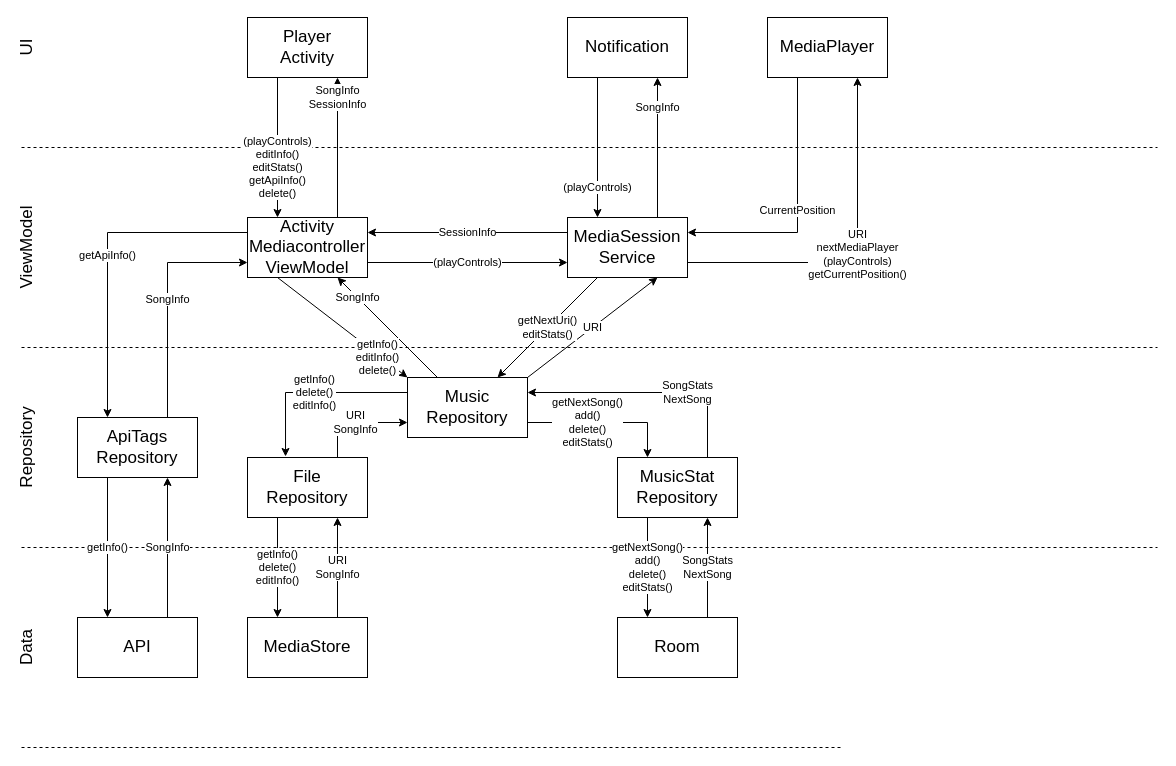
Earlier version of the draw.io diagram Scheme.drawio (ramanhmr/AudioPlayer). Source tidied: cells renumbered, new cells numbered last; positions are measured from the earlier drawing's top-left corner, leaving out a move shared by most shapes. Both pictures are drawn from the tidied source at 100%, with x=0, y=0 at pixel (7, 17).
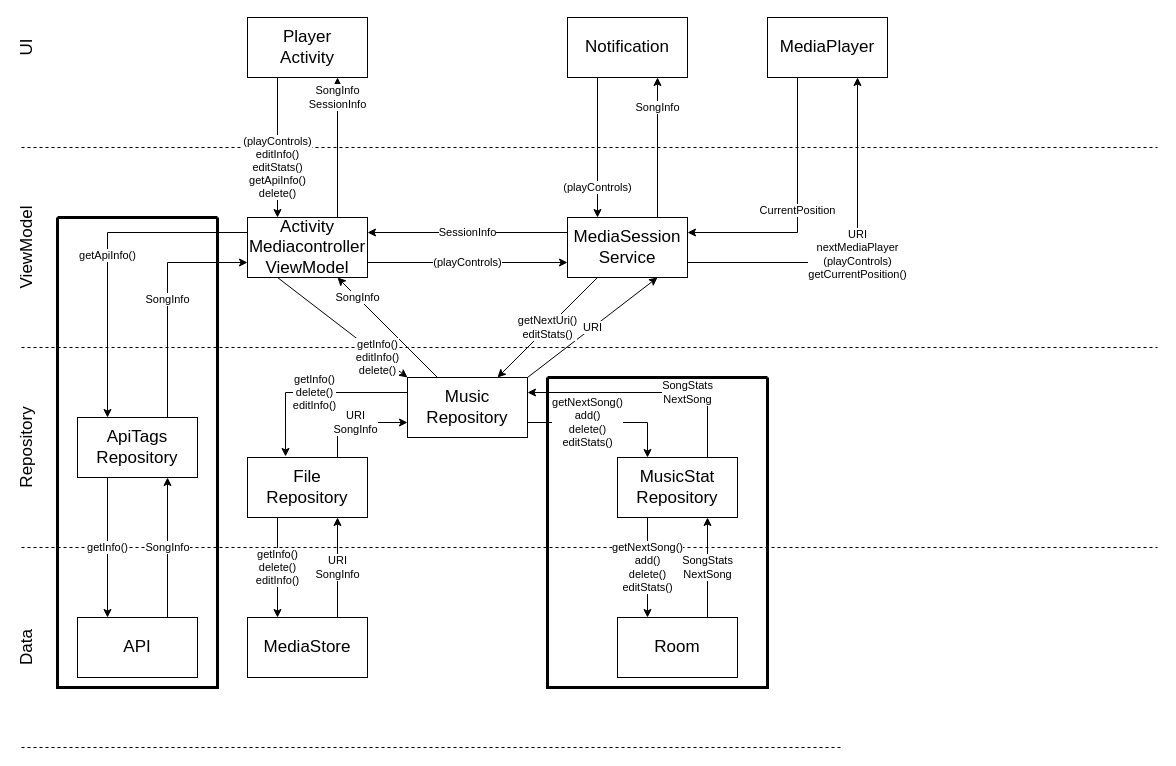
After the change.

Commit message:
Added borders of additional structures

The edit, as a diff of the source:
```diff
@@
+    <mxCell id="46" style="swimlane;startSize=0;strokeWidth=3;" parent="1" vertex="1">
+      <mxGeometry x="50" y="200" width="160" height="470" as="geometry" />
+    </mxCell>
+    <mxCell id="47" style="swimlane;startSize=0;shadow=0;strokeWidth=3;" parent="1" vertex="1">
+      <mxGeometry x="540" y="360" width="220" height="310" as="geometry" />
+    </mxCell>
```
